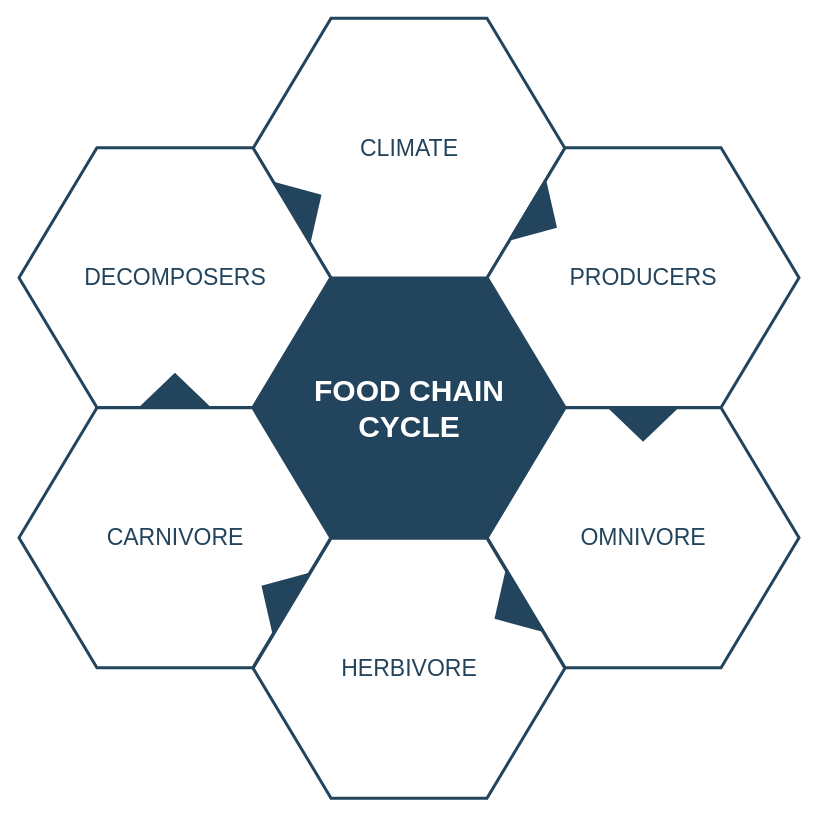
The draw.io diagram design/Диаграмма без названия.drawio in Happy-hacking777/QRcode, before the edit. Source tidied: cells renumbered, new cells numbered last; positions are measured from the earlier drawing's top-left corner, leaving out a move shared by most shapes. Both pictures are drawn from the tidied source at 100%, with x=0, y=0 at pixel (18, 18).
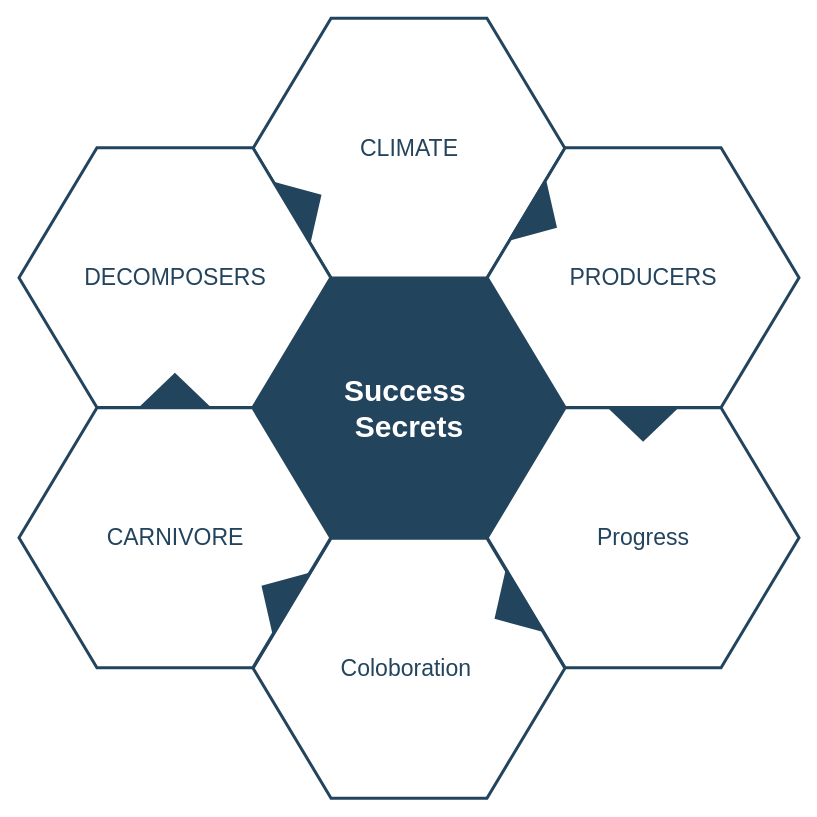
Above is the later version.

What changed in the source:
```diff
@@
 <mxGraphModel>
   <root>
     <mxCell id="0" />
     <mxCell id="1" parent="0" />
-    <mxCell id="2" value="&lt;font style=&quot;font-size: 30px&quot; color=&quot;#ffffff&quot;&gt;&lt;b&gt;&lt;span&gt;FOOD CHAIN&lt;/span&gt;&lt;br&gt;&lt;span&gt;CYCLE&lt;/span&gt;&lt;/b&gt;&lt;/font&gt;&lt;br&gt;" style="shape=hexagon;perimeter=hexagonPerimeter2;whiteSpace=wrap;html=1;shadow=0;labelBackgroundColor=none;strokeColor=#23445D;fillColor=#23445D;gradientColor=none;fontFamily=Helvetica;fontSize=23;fontColor=#23445d;align=center;strokeWidth=3;" parent="1" vertex="1">
+    <mxCell id="2" value="&lt;font color=&quot;#ffffff&quot;&gt;&lt;span style=&quot;font-size: 30px;&quot;&gt;&lt;b&gt;Success&amp;nbsp;&lt;/b&gt;&lt;/span&gt;&lt;/font&gt;&lt;div&gt;&lt;font color=&quot;#ffffff&quot;&gt;&lt;span style=&quot;font-size: 30px;&quot;&gt;&lt;b&gt;Secrets&lt;/b&gt;&lt;/span&gt;&lt;/font&gt;&lt;/div&gt;" style="shape=hexagon;perimeter=hexagonPerimeter2;whiteSpace=wrap;html=1;shadow=0;labelBackgroundColor=none;strokeColor=#23445D;fillColor=#23445D;gradientColor=none;fontFamily=Helvetica;fontSize=23;fontColor=#23445d;align=center;strokeWidth=3;" parent="1" vertex="1">
       <mxGeometry x="234.6" y="259.8" width="311.8" height="259.9" as="geometry" />
     </mxCell>
     <mxCell id="3" style="triangle;whiteSpace=wrap;html=1;shadow=0;labelBackgroundColor=none;strokeColor=none;fillColor=#FFFFFF;fontFamily=Helvetica;fontSize=17;fontColor=#23445d;align=center;rotation=90;gradientColor=none;flipV=1;flipH=1;opacity=20;" parent="1" vertex="1">
       <mxGeometry x="115.5" y="277.7" width="72" height="152" as="geometry" />
     </mxCell>
     <mxCell id="4" value="&lt;font style=&quot;font-size: 23px&quot;&gt;CLIMATE&lt;/font&gt;" style="shape=hexagon;perimeter=hexagonPerimeter2;whiteSpace=wrap;html=1;shadow=0;labelBackgroundColor=none;strokeColor=#23445D;fillColor=#ffffff;gradientColor=none;fontFamily=Helvetica;fontSize=23;fontColor=#23445D;align=center;strokeWidth=3;" parent="1" vertex="1">
       <mxGeometry x="234.6" y="-0.3" width="311.8" height="259.9" as="geometry" />
     </mxCell>
     <mxCell id="5" value="&lt;font style=&quot;font-size: 23px&quot;&gt;PRODUCERS&lt;/font&gt;" style="shape=hexagon;perimeter=hexagonPerimeter2;whiteSpace=wrap;html=1;shadow=0;labelBackgroundColor=none;strokeColor=#23445D;fillColor=#FFFFFF;gradientColor=none;fontFamily=Helvetica;fontSize=23;fontColor=#23445d;align=center;strokeWidth=3;" parent="1" vertex="1">
       <mxGeometry x="468.7" y="129.2" width="311.8" height="259.9" as="geometry" />
     </mxCell>
-    <mxCell id="6" value="&lt;font style=&quot;font-size: 23px&quot;&gt;OMNIVORE&lt;/font&gt;" style="shape=hexagon;perimeter=hexagonPerimeter2;whiteSpace=wrap;html=1;shadow=0;labelBackgroundColor=none;strokeColor=#23445D;fillColor=#FFFFFF;gradientColor=none;fontFamily=Helvetica;fontSize=23;fontColor=#23445d;align=center;strokeWidth=3;" parent="1" vertex="1">
+    <mxCell id="6" value="&lt;font style=&quot;font-size: 23px&quot;&gt;Progress&lt;/font&gt;" style="shape=hexagon;perimeter=hexagonPerimeter2;whiteSpace=wrap;html=1;shadow=0;labelBackgroundColor=none;strokeColor=#23445D;fillColor=#FFFFFF;gradientColor=none;fontFamily=Helvetica;fontSize=23;fontColor=#23445d;align=center;strokeWidth=3;" parent="1" vertex="1">
       <mxGeometry x="468.7" y="389.3" width="311.8" height="259.9" as="geometry" />
     </mxCell>
-    <mxCell id="7" value="&lt;font style=&quot;font-size: 23px&quot;&gt;HERBIVORE&lt;/font&gt;" style="shape=hexagon;perimeter=hexagonPerimeter2;whiteSpace=wrap;html=1;shadow=0;labelBackgroundColor=none;strokeColor=#23445D;fillColor=#FFFFFF;gradientColor=none;fontFamily=Helvetica;fontSize=23;fontColor=#23445d;align=center;strokeWidth=3;" parent="1" vertex="1">
+    <mxCell id="7" value="Coloboration&amp;nbsp;" style="shape=hexagon;perimeter=hexagonPerimeter2;whiteSpace=wrap;html=1;shadow=0;labelBackgroundColor=none;strokeColor=#23445D;fillColor=#FFFFFF;gradientColor=none;fontFamily=Helvetica;fontSize=23;fontColor=#23445d;align=center;strokeWidth=3;" parent="1" vertex="1">
       <mxGeometry x="234.6" y="519.8" width="311.8" height="259.9" as="geometry" />
     </mxCell>
     <mxCell id="8" value="&lt;font style=&quot;font-size: 23px&quot;&gt;CARNIVORE&lt;/font&gt;" style="shape=hexagon;perimeter=hexagonPerimeter2;whiteSpace=wrap;html=1;shadow=0;labelBackgroundColor=none;strokeColor=#23445D;fillColor=#FFFFFF;gradientColor=none;fontFamily=Helvetica;fontSize=23;fontColor=#23445d;align=center;strokeWidth=3;" parent="1" vertex="1">
       <mxGeometry x="0.5" y="389.3" width="311.8" height="259.9" as="geometry" />
     </mxCell>
     <mxCell id="9" value="&lt;font style=&quot;font-size: 23px;&quot;&gt;DECOMPOSERS&lt;/font&gt;" style="shape=hexagon;perimeter=hexagonPerimeter2;whiteSpace=wrap;html=1;shadow=0;labelBackgroundColor=none;strokeColor=#23445D;fillColor=#ffffff;gradientColor=none;fontFamily=Helvetica;fontSize=23;fontColor=#23445D;align=center;strokeWidth=3;" parent="1" vertex="1">
       <mxGeometry x="0.5" y="129.2" width="311.8" height="259.9" as="geometry" />
     </mxCell>
     <mxCell id="10" style="triangle;whiteSpace=wrap;html=1;shadow=0;labelBackgroundColor=none;strokeColor=none;fillColor=#23445D;fontFamily=Helvetica;fontSize=17;fontColor=#23445d;align=center;rotation=31;gradientColor=none;strokeWidth=3;" parent="1" vertex="1">
       <mxGeometry x="506" y="163.7" width="35" height="73" as="geometry" />
     </mxCell>
     <mxCell id="11" style="triangle;whiteSpace=wrap;html=1;shadow=0;labelBackgroundColor=none;strokeColor=none;fillColor=#23445D;fontFamily=Helvetica;fontSize=17;fontColor=#23445d;align=center;rotation=31;gradientColor=none;flipH=1;strokeWidth=3;" parent="1" vertex="1">
       <mxGeometry x="240.5" y="539.7" width="35" height="73" as="geometry" />
     </mxCell>
     <mxCell id="12" style="triangle;whiteSpace=wrap;html=1;shadow=0;labelBackgroundColor=none;strokeColor=none;fillColor=#23445D;fontFamily=Helvetica;fontSize=17;fontColor=#23445d;align=center;rotation=329;gradientColor=none;strokeWidth=3;" parent="1" vertex="1">
       <mxGeometry x="270.5" y="148.7" width="35" height="73" as="geometry" />
     </mxCell>
     <mxCell id="13" style="triangle;whiteSpace=wrap;html=1;shadow=0;labelBackgroundColor=none;strokeColor=none;fillColor=#23445D;fontFamily=Helvetica;fontSize=17;fontColor=#23445d;align=center;rotation=329;gradientColor=none;flipH=1;strokeWidth=3;" parent="1" vertex="1">
       <mxGeometry x="473.5" y="554.7" width="35" height="73" as="geometry" />
     </mxCell>
     <mxCell id="14" style="triangle;whiteSpace=wrap;html=1;shadow=0;labelBackgroundColor=none;strokeColor=none;fillColor=#23445D;fontFamily=Helvetica;fontSize=17;fontColor=#23445d;align=center;rotation=90;gradientColor=none;strokeWidth=3;" parent="1" vertex="1">
       <mxGeometry x="607.1" y="369.2" width="35" height="73" as="geometry" />
     </mxCell>
     <mxCell id="15" style="triangle;whiteSpace=wrap;html=1;shadow=0;labelBackgroundColor=none;strokeColor=none;fillColor=#23445D;fontFamily=Helvetica;fontSize=17;fontColor=#23445d;align=center;rotation=90;gradientColor=none;flipH=1;strokeWidth=3;" parent="1" vertex="1">
       <mxGeometry x="138.9" y="335.2" width="35" height="73" as="geometry" />
     </mxCell>
   </root>
 </mxGraphModel>
```
